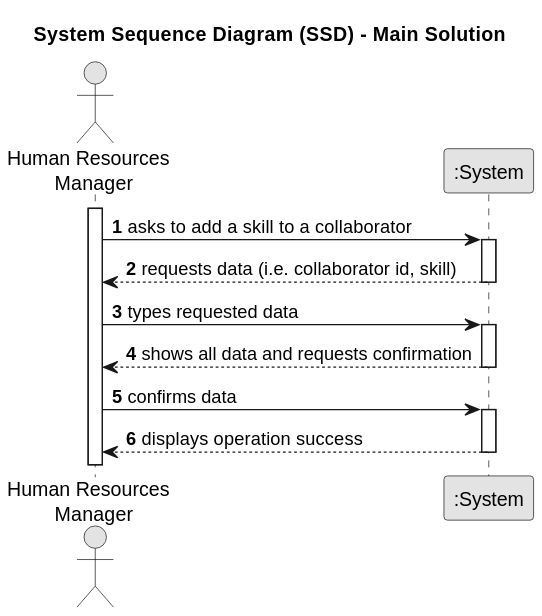
Before: docs/sprintA/us004/01.requirements-engineering/svg/us004-system-sequence-diagram-alternative-one.svg, a diagram exported from PlantUML (Departamento-de-Engenharia-Informatica/lei-24-s2-1dkl-g134). Source of this version:
```plantuml
@startuml
skinparam monochrome true
skinparam packageStyle rectangle
skinparam shadowing false

title System Sequence Diagram (SSD) - Main Solution

autonumber

actor "Human Resources \n Manager" as Employee
participant ":System" as System

activate Employee

    Employee -> System : asks to add a skill to a collaborator
    activate System

        System --> Employee : requests data (i.e. collaborator id, skill)
    deactivate System

    Employee -> System : types requested data
    activate System

        System --> Employee : shows all data and requests confirmation
    deactivate System

    Employee -> System : confirms data
    activate System

        System --> Employee : displays operation success
    deactivate System
@enduml
```
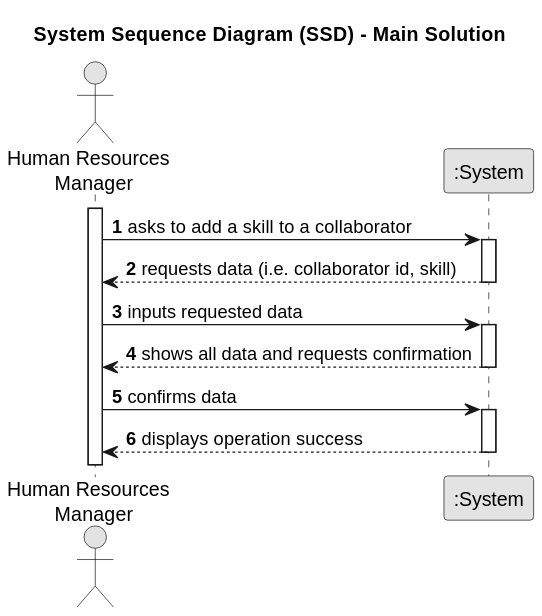
The same diagram one commit later.

Change to the diagram source:
```diff
@@ -18,7 +18,7 @@
         System --> Employee : requests data (i.e. collaborator id, skill)
     deactivate System
 
-    Employee -> System : types requested data
+    Employee -> System : inputs requested data
     activate System
 
         System --> Employee : shows all data and requests confirmation
```
